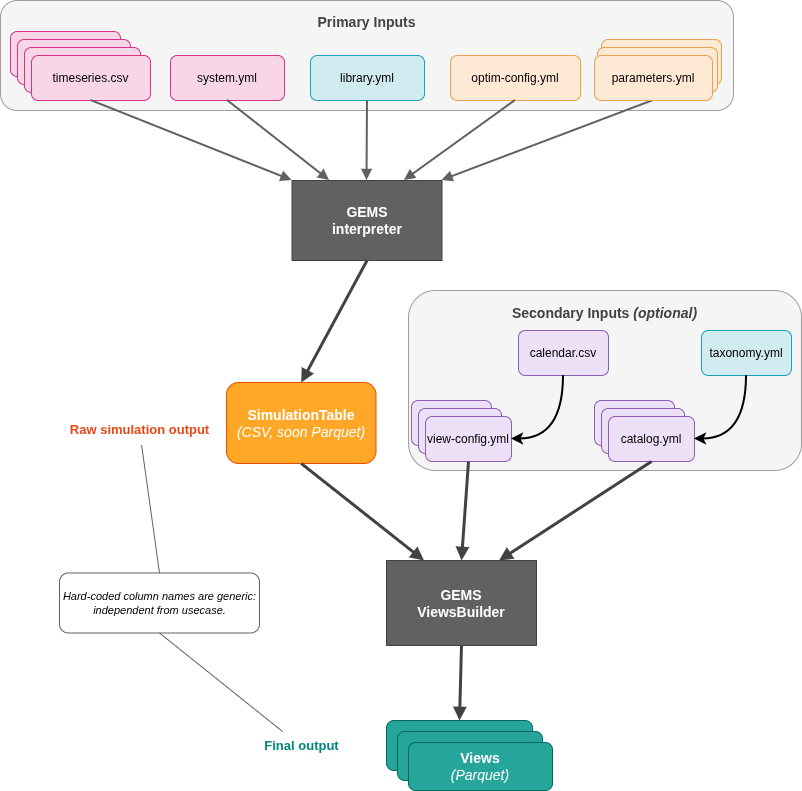
This is doc/assets/architectural_overview.png from AntaresSimulatorTeam/GEMS, a draw.io export, as it was before one commit. Source tidied: cells renumbered, new cells last; positions are measured from the earlier drawing's top-left corner, leaving out a move shared by most shapes.
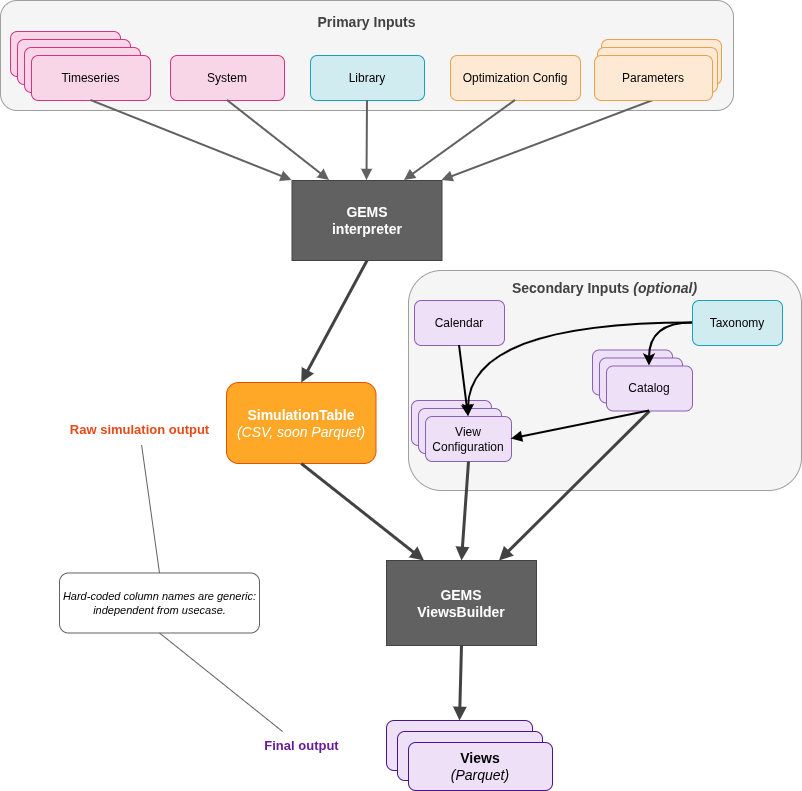
The same diagram one commit later.

Commit message:
upate diagram

What changed in the source:
```diff
@@ -5,8 +5,8 @@
     <mxCell id="2" value="&lt;b style=&quot;font-size: 14px;&quot;&gt;Primary Inputs&lt;/b&gt;&lt;div&gt;&lt;b style=&quot;font-size: 14px;&quot;&gt;&lt;br&gt;&lt;/b&gt;&lt;/div&gt;&lt;div&gt;&lt;b style=&quot;font-size: 14px;&quot;&gt;&lt;br&gt;&lt;/b&gt;&lt;/div&gt;&lt;div&gt;&lt;b style=&quot;font-size: 14px;&quot;&gt;&lt;br&gt;&lt;/b&gt;&lt;/div&gt;&lt;div&gt;&lt;b style=&quot;font-size: 14px;&quot;&gt;&lt;br&gt;&lt;/b&gt;&lt;/div&gt;" style="rounded=1;whiteSpace=wrap;html=1;strokeColor=#9E9E9E;fillColor=#F5F5F5;fontColor=#424242;" parent="1" vertex="1">
       <mxGeometry width="733" height="110" as="geometry" />
     </mxCell>
-    <mxCell id="3" value="&lt;b style=&quot;font-size: 14px;&quot;&gt;Secondary Inputs &lt;i&gt;(optional)&lt;/i&gt;&lt;/b&gt;&lt;div&gt;&lt;b style=&quot;font-size: 14px;&quot;&gt;&lt;i&gt;&lt;br&gt;&lt;/i&gt;&lt;/b&gt;&lt;/div&gt;&lt;div&gt;&lt;b style=&quot;font-size: 14px;&quot;&gt;&lt;i&gt;&lt;br&gt;&lt;/i&gt;&lt;/b&gt;&lt;/div&gt;&lt;div&gt;&lt;b style=&quot;font-size: 14px;&quot;&gt;&lt;i&gt;&lt;br&gt;&lt;/i&gt;&lt;/b&gt;&lt;/div&gt;&lt;div&gt;&lt;b style=&quot;font-size: 14px;&quot;&gt;&lt;i&gt;&lt;br&gt;&lt;/i&gt;&lt;/b&gt;&lt;/div&gt;&lt;div&gt;&lt;b style=&quot;font-size: 14px;&quot;&gt;&lt;i&gt;&lt;br&gt;&lt;/i&gt;&lt;/b&gt;&lt;/div&gt;&lt;div&gt;&lt;b style=&quot;font-size: 14px;&quot;&gt;&lt;i&gt;&lt;br&gt;&lt;/i&gt;&lt;/b&gt;&lt;/div&gt;&lt;div&gt;&lt;b style=&quot;font-size: 14px;&quot;&gt;&lt;i&gt;&lt;br&gt;&lt;/i&gt;&lt;/b&gt;&lt;/div&gt;&lt;div&gt;&lt;b style=&quot;font-size: 14px;&quot;&gt;&lt;i&gt;&lt;br&gt;&lt;/i&gt;&lt;/b&gt;&lt;/div&gt;" style="rounded=1;whiteSpace=wrap;html=1;strokeColor=#9E9E9E;fillColor=#F5F5F5;fontColor=#424242;" parent="1" vertex="1">
-      <mxGeometry x="408" y="290" width="393" height="180" as="geometry" />
+    <mxCell id="3" value="&lt;b style=&quot;font-size: 14px;&quot;&gt;Secondary Inputs &lt;i&gt;(optional)&lt;/i&gt;&lt;/b&gt;&lt;div&gt;&lt;b style=&quot;font-size: 14px;&quot;&gt;&lt;i&gt;&lt;br&gt;&lt;/i&gt;&lt;/b&gt;&lt;/div&gt;&lt;div&gt;&lt;b style=&quot;font-size: 14px;&quot;&gt;&lt;i&gt;&lt;br&gt;&lt;/i&gt;&lt;/b&gt;&lt;/div&gt;&lt;div&gt;&lt;b style=&quot;font-size: 14px;&quot;&gt;&lt;i&gt;&lt;br&gt;&lt;/i&gt;&lt;/b&gt;&lt;/div&gt;&lt;div&gt;&lt;b style=&quot;font-size: 14px;&quot;&gt;&lt;i&gt;&lt;br&gt;&lt;/i&gt;&lt;/b&gt;&lt;/div&gt;&lt;div&gt;&lt;b style=&quot;font-size: 14px;&quot;&gt;&lt;i&gt;&lt;br&gt;&lt;/i&gt;&lt;/b&gt;&lt;/div&gt;&lt;div&gt;&lt;b style=&quot;font-size: 14px;&quot;&gt;&lt;i&gt;&lt;br&gt;&lt;/i&gt;&lt;/b&gt;&lt;/div&gt;&lt;div&gt;&lt;b style=&quot;font-size: 14px;&quot;&gt;&lt;i&gt;&lt;br&gt;&lt;/i&gt;&lt;/b&gt;&lt;/div&gt;&lt;div&gt;&lt;b style=&quot;font-size: 14px;&quot;&gt;&lt;i&gt;&lt;br&gt;&lt;/i&gt;&lt;/b&gt;&lt;/div&gt;&lt;div&gt;&lt;b style=&quot;font-size: 14px;&quot;&gt;&lt;i&gt;&lt;br&gt;&lt;/i&gt;&lt;/b&gt;&lt;/div&gt;&lt;div&gt;&lt;b style=&quot;font-size: 14px;&quot;&gt;&lt;i&gt;&lt;br&gt;&lt;/i&gt;&lt;/b&gt;&lt;/div&gt;&lt;div&gt;&lt;b style=&quot;font-size: 14px;&quot;&gt;&lt;i&gt;&lt;br&gt;&lt;/i&gt;&lt;/b&gt;&lt;/div&gt;" style="rounded=1;whiteSpace=wrap;html=1;strokeColor=#9E9E9E;fillColor=#F5F5F5;fontColor=#424242;" parent="1" vertex="1">
+      <mxGeometry x="408" y="270" width="393" height="220" as="geometry" />
     </mxCell>
     <mxCell id="4" value="&lt;i&gt;Hard-coded column names are generic:&lt;br&gt;independent from usecase.&lt;/i&gt;" style="text;html=1;strokeColor=#616161;fillColor=#FFFFFF;align=center;verticalAlign=middle;rounded=1;fontSize=11;" parent="1" vertex="1">
       <mxGeometry x="59" y="572.5" width="200" height="60" as="geometry" />
@@ -20,13 +20,13 @@
     <mxCell id="7" value="&lt;b&gt;Raw simulation output&lt;/b&gt;" style="text;html=1;strokeColor=none;fillColor=none;align=center;fontSize=13;fontColor=#E64A19;" parent="1" vertex="1">
       <mxGeometry x="52" y="414.5" width="174" height="30" as="geometry" />
     </mxCell>
-    <mxCell id="8" value="&lt;b&gt;Final output&lt;/b&gt;" style="text;html=1;strokeColor=none;fillColor=none;align=center;fontSize=13;fontColor=#00897B;" parent="1" vertex="1">
+    <mxCell id="8" value="&lt;b&gt;Final output&lt;/b&gt;" style="text;html=1;strokeColor=none;fillColor=none;align=center;fontSize=13;fontColor=#6A1B9A;" parent="1" vertex="1">
       <mxGeometry x="220.8" y="731" width="160" height="30" as="geometry" />
     </mxCell>
-    <mxCell id="9" value="library.yml" style="rounded=1;whiteSpace=wrap;html=1;fillColor=#D1ECF1;strokeColor=#17A2B8;fontStyle=0;fontSize=12;" parent="1" vertex="1">
+    <mxCell id="9" value="Library" style="rounded=1;whiteSpace=wrap;html=1;fillColor=#D1ECF1;strokeColor=#17A2B8;fontStyle=0;fontSize=12;" parent="1" vertex="1">
       <mxGeometry x="310" y="55" width="114" height="45" as="geometry" />
     </mxCell>
-    <mxCell id="10" value="system.yml" style="rounded=1;whiteSpace=wrap;html=1;fillColor=#F9D6E7;strokeColor=#D63384;fontStyle=0;fontSize=12;" parent="1" vertex="1">
+    <mxCell id="10" value="System" style="rounded=1;whiteSpace=wrap;html=1;fillColor=#F9D6E7;strokeColor=#D63384;fontStyle=0;fontSize=12;" parent="1" vertex="1">
       <mxGeometry x="170" y="55" width="114" height="45" as="geometry" />
     </mxCell>
     <mxCell id="11" style="rounded=1;whiteSpace=wrap;html=1;fillColor=#F9D6E7;strokeColor=#D63384;" parent="1" vertex="1">
@@ -38,20 +38,20 @@
     <mxCell id="13" style="rounded=1;whiteSpace=wrap;html=1;fillColor=#F9D6E7;strokeColor=#D63384;" parent="1" vertex="1">
       <mxGeometry x="24" y="47" width="116" height="45" as="geometry" />
     </mxCell>
-    <mxCell id="14" value="timeseries.csv" style="rounded=1;whiteSpace=wrap;html=1;fillColor=#F9D6E7;strokeColor=#D63384;fontStyle=0;fontSize=12;" parent="1" vertex="1">
+    <mxCell id="14" value="Timeseries" style="rounded=1;whiteSpace=wrap;html=1;fillColor=#F9D6E7;strokeColor=#D63384;fontStyle=0;fontSize=12;" parent="1" vertex="1">
       <mxGeometry x="31" y="55" width="119" height="45" as="geometry" />
     </mxCell>
-    <mxCell id="15" value="optim-config.yml" style="rounded=1;whiteSpace=wrap;html=1;fillColor=#FEE9D4;strokeColor=#E8A14E;fontStyle=0;fontSize=12;" parent="1" vertex="1">
+    <mxCell id="15" value="Optimization Config" style="rounded=1;whiteSpace=wrap;html=1;fillColor=#FEE9D4;strokeColor=#E8A14E;fontStyle=0;fontSize=12;" parent="1" vertex="1">
       <mxGeometry x="450" y="55" width="130" height="45" as="geometry" />
     </mxCell>
     <mxCell id="16" style="rounded=1;whiteSpace=wrap;html=1;fillColor=#EDE0F7;strokeColor=#8B5FB5;" parent="1" vertex="1">
-      <mxGeometry x="594" y="400" width="80" height="45" as="geometry" />
+      <mxGeometry x="592" y="349.5" width="80" height="45" as="geometry" />
     </mxCell>
     <mxCell id="17" style="rounded=1;whiteSpace=wrap;html=1;fillColor=#EDE0F7;strokeColor=#8B5FB5;" parent="1" vertex="1">
-      <mxGeometry x="601" y="408" width="83" height="45" as="geometry" />
+      <mxGeometry x="599" y="357.5" width="83" height="45" as="geometry" />
     </mxCell>
-    <mxCell id="18" value="catalog.yml" style="rounded=1;whiteSpace=wrap;html=1;fillColor=#EDE0F7;strokeColor=#8B5FB5;fontStyle=0;fontSize=12;" parent="1" vertex="1">
-      <mxGeometry x="608" y="416" width="86" height="45" as="geometry" />
+    <mxCell id="18" value="Catalog" style="rounded=1;whiteSpace=wrap;html=1;fillColor=#EDE0F7;strokeColor=#8B5FB5;fontStyle=0;fontSize=12;" parent="1" vertex="1">
+      <mxGeometry x="606" y="365.5" width="86" height="45" as="geometry" />
     </mxCell>
     <mxCell id="19" style="rounded=1;whiteSpace=wrap;html=1;fillColor=#EDE0F7;strokeColor=#8B5FB5;" parent="1" vertex="1">
       <mxGeometry x="411" y="400" width="80" height="45" as="geometry" />
@@ -59,7 +59,7 @@
     <mxCell id="20" style="rounded=1;whiteSpace=wrap;html=1;fillColor=#EDE0F7;strokeColor=#8B5FB5;" parent="1" vertex="1">
       <mxGeometry x="418" y="408" width="83" height="45" as="geometry" />
     </mxCell>
-    <mxCell id="21" value="view-config.yml" style="rounded=1;whiteSpace=wrap;html=1;fillColor=#EDE0F7;strokeColor=#8B5FB5;fontStyle=0;fontSize=12;" parent="1" vertex="1">
+    <mxCell id="21" value="View Configuration" style="rounded=1;whiteSpace=wrap;html=1;fillColor=#EDE0F7;strokeColor=#8B5FB5;fontStyle=0;fontSize=12;" parent="1" vertex="1">
       <mxGeometry x="425" y="416" width="86" height="45" as="geometry" />
     </mxCell>
     <mxCell id="22" value="GEMS&lt;br&gt;interpreter" style="rounded=0;whiteSpace=wrap;html=1;fillColor=#616161;strokeColor=#424242;fontColor=#FFFFFF;fontStyle=1;fontSize=14;verticalAlign=middle;" parent="1" vertex="1">
@@ -71,20 +71,20 @@
     <mxCell id="24" value="GEMS&lt;br&gt;ViewsBuilder" style="rounded=0;whiteSpace=wrap;html=1;fillColor=#616161;strokeColor=#424242;fontColor=#FFFFFF;fontStyle=1;fontSize=14;verticalAlign=middle;" parent="1" vertex="1">
       <mxGeometry x="386" y="560" width="150" height="85" as="geometry" />
     </mxCell>
-    <mxCell id="25" style="rounded=1;whiteSpace=wrap;html=1;fillColor=#26A69A;strokeColor=#00695C;" parent="1" vertex="1">
+    <mxCell id="25" style="rounded=1;whiteSpace=wrap;html=1;fillColor=#EDE0F7;strokeColor=#4A148C;" parent="1" vertex="1">
       <mxGeometry x="386" y="720" width="146" height="50" as="geometry" />
     </mxCell>
-    <mxCell id="26" style="rounded=1;whiteSpace=wrap;html=1;fillColor=#26A69A;strokeColor=#00695C;" parent="1" vertex="1">
+    <mxCell id="26" style="rounded=1;whiteSpace=wrap;html=1;fillColor=#EDE0F7;strokeColor=#4A148C;" parent="1" vertex="1">
       <mxGeometry x="397" y="731" width="145" height="49" as="geometry" />
     </mxCell>
-    <mxCell id="27" value="Views&lt;br&gt;&lt;i style=&quot;font-weight: normal;&quot;&gt;(Parquet)&lt;/i&gt;" style="rounded=1;whiteSpace=wrap;html=1;fillColor=#26A69A;strokeColor=#00695C;fontColor=#FFFFFF;fontStyle=1;fontSize=14;verticalAlign=middle;" parent="1" vertex="1">
+    <mxCell id="27" value="&lt;font style=&quot;color: rgb(0, 0, 0);&quot;&gt;Views&lt;br&gt;&lt;i style=&quot;font-weight: normal;&quot;&gt;(Parquet)&lt;/i&gt;&lt;/font&gt;" style="rounded=1;whiteSpace=wrap;html=1;fillColor=#EDE0F7;strokeColor=#4A148C;fontColor=#FFFFFF;fontStyle=1;fontSize=14;verticalAlign=middle;" parent="1" vertex="1">
       <mxGeometry x="408" y="742" width="144" height="48" as="geometry" />
     </mxCell>
-    <mxCell id="28" value="taxonomy.yml" style="rounded=1;whiteSpace=wrap;html=1;fillColor=#D1ECF1;strokeColor=#17A2B8;fontStyle=0;fontSize=12;" parent="1" vertex="1">
-      <mxGeometry x="701" y="330" width="90" height="45" as="geometry" />
+    <mxCell id="28" value="Taxonomy" style="rounded=1;whiteSpace=wrap;html=1;fillColor=#D1ECF1;strokeColor=#17A2B8;fontStyle=0;fontSize=12;" parent="1" vertex="1">
+      <mxGeometry x="692" y="300" width="90" height="45" as="geometry" />
     </mxCell>
-    <mxCell id="29" value="calendar.csv" style="rounded=1;whiteSpace=wrap;html=1;fillColor=#EDE0F7;strokeColor=#8B5FB5;fontStyle=0;fontSize=12;" parent="1" vertex="1">
-      <mxGeometry x="518" y="330" width="90" height="45" as="geometry" />
+    <mxCell id="29" value="Calendar" style="rounded=1;whiteSpace=wrap;html=1;fillColor=#EDE0F7;strokeColor=#8B5FB5;fontStyle=0;fontSize=12;" parent="1" vertex="1">
+      <mxGeometry x="414" y="300" width="90" height="45" as="geometry" />
     </mxCell>
     <mxCell id="30" style="endArrow=block;endFill=1;html=1;strokeColor=#616161;strokeWidth=2;exitX=0.5;exitY=1;exitDx=0;exitDy=0;entryX=0.5;entryY=0;entryDx=0;entryDy=0;" parent="1" edge="1" source="9" target="22">
       <mxGeometry relative="1" as="geometry" />
@@ -110,9 +110,6 @@
     <mxCell id="37" style="endArrow=block;endFill=1;html=1;strokeColor=#424242;strokeWidth=3;exitX=0.5;exitY=1;exitDx=0;exitDy=0;entryX=0.5;entryY=0;entryDx=0;entryDy=0;" parent="1" edge="1" source="24" target="25">
       <mxGeometry relative="1" as="geometry" />
     </mxCell>
-    <mxCell id="38" style="edgeStyle=orthogonalEdgeStyle;curved=1;rounded=0;jettySize=auto;html=1;entryX=1;entryY=0.5;entryDx=0;entryDy=0;exitX=0.5;exitY=1;exitDx=0;exitDy=0;strokeWidth=2;" parent="1" edge="1" source="28" target="18">
-      <mxGeometry relative="1" as="geometry" />
-    </mxCell>
     <mxCell id="39" style="rounded=1;whiteSpace=wrap;html=1;fillColor=#FEE9D4;strokeColor=#E8A14E;" parent="1" vertex="1">
       <mxGeometry x="601" y="39" width="120" height="45" as="geometry" />
     </mxCell>
@@ -122,14 +119,23 @@
     <mxCell id="41" style="endArrow=block;endFill=1;html=1;strokeColor=#424242;strokeWidth=3;exitX=0.5;exitY=1;exitDx=0;exitDy=0;entryX=0.5;entryY=0;entryDx=0;entryDy=0;" parent="1" edge="1" source="21" target="24">
       <mxGeometry relative="1" as="geometry" />
     </mxCell>
-    <mxCell id="42" style="edgeStyle=orthogonalEdgeStyle;curved=1;rounded=0;jettySize=auto;html=1;entryX=1;entryY=0.5;entryDx=0;entryDy=0;exitX=0.5;exitY=1;exitDx=0;exitDy=0;strokeWidth=2;" parent="1" edge="1" source="29" target="21">
-      <mxGeometry relative="1" as="geometry" />
-    </mxCell>
     <mxCell id="43" style="rounded=1;whiteSpace=wrap;html=1;fillColor=#FEE9D4;strokeColor=#E8A14E;" parent="1" vertex="1">
       <mxGeometry x="597" y="47" width="120" height="45" as="geometry" />
     </mxCell>
-    <mxCell id="44" value="parameters.yml" style="rounded=1;whiteSpace=wrap;html=1;fillColor=#FEE9D4;strokeColor=#E8A14E;fontStyle=0;fontSize=12;" parent="1" vertex="1">
+    <mxCell id="44" value="Parameters" style="rounded=1;whiteSpace=wrap;html=1;fillColor=#FEE9D4;strokeColor=#E8A14E;fontStyle=0;fontSize=12;" parent="1" vertex="1">
       <mxGeometry x="594" y="55" width="118" height="45" as="geometry" />
     </mxCell>
+    <mxCell id="45" style="edgeStyle=orthogonalEdgeStyle;curved=1;rounded=0;jettySize=auto;html=1;entryX=0.5;entryY=0;entryDx=0;entryDy=0;exitX=0;exitY=0.5;exitDx=0;exitDy=0;strokeWidth=2;" parent="1" edge="1" source="28" target="21">
+      <mxGeometry relative="1" as="geometry" />
+    </mxCell>
+    <mxCell id="38" style="edgeStyle=orthogonalEdgeStyle;curved=1;rounded=0;jettySize=auto;html=1;entryX=0.5;entryY=0;entryDx=0;entryDy=0;exitX=0;exitY=0.5;exitDx=0;exitDy=0;strokeWidth=2;" parent="1" edge="1" source="28" target="18">
+      <mxGeometry relative="1" as="geometry" />
+    </mxCell>
+    <mxCell id="42" style="endArrow=block;endFill=1;html=1;strokeWidth=2;exitX=0.5;exitY=1;exitDx=0;exitDy=0;entryX=0.5;entryY=0;entryDx=0;entryDy=0;" parent="1" edge="1" source="29" target="21">
+      <mxGeometry relative="1" as="geometry" />
+    </mxCell>
+    <mxCell id="46" style="endArrow=block;endFill=1;html=1;strokeWidth=2;exitX=0.5;exitY=1;exitDx=0;exitDy=0;entryX=1;entryY=0.5;entryDx=0;entryDy=0;" parent="1" edge="1" source="18" target="21">
+      <mxGeometry relative="1" as="geometry" />
+    </mxCell>
   </root>
 </mxGraphModel>
```
